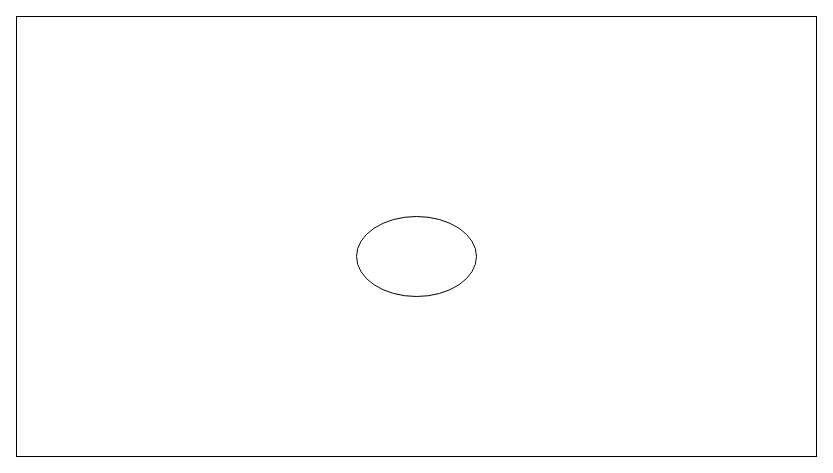
This is papers/Autism Full paper/Untitled Diagram.drawio from Giriiri-g/Project-HAR, a draw.io file, before an edit. Source tidied: cells renumbered, new cells numbered last; positions are measured from the earlier drawing's top-left corner, leaving out a move shared by most shapes. Both pictures are drawn from the tidied source at 100%, with x=0, y=0 at pixel (16, 16).
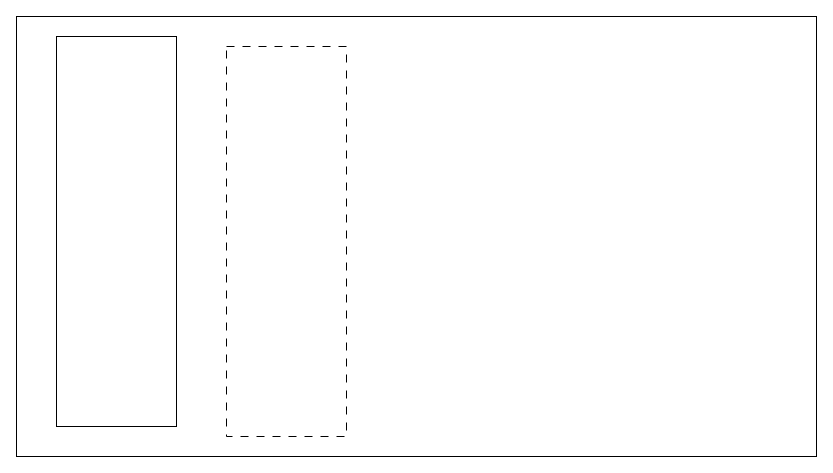
The same page after the edit.

What changed in the source:
```diff
@@
 <mxGraphModel>
   <root>
     <mxCell id="0" />
     <mxCell id="1" parent="0" />
     <mxCell id="2" style="rounded=0;whiteSpace=wrap;html=1;fillColor=default;" parent="1" vertex="1">
       <mxGeometry width="800" height="440" as="geometry" />
     </mxCell>
-    <mxCell id="3" style="ellipse;whiteSpace=wrap;html=1;" parent="1" vertex="1">
-      <mxGeometry x="340" y="200" width="120" height="80" as="geometry" />
-    </mxCell>
+    <mxCell id="4" style="rounded=0;whiteSpace=wrap;html=1;dashed=1;dashPattern=8 8;" parent="1" vertex="1">
+      <mxGeometry x="210" y="30" width="120" height="390" as="geometry" />
+    </mxCell>
+    <mxCell id="5" style="rounded=0;whiteSpace=wrap;html=1;" parent="1" vertex="1">
+      <mxGeometry x="40" y="20" width="120" height="390" as="geometry" />
+    </mxCell>
   </root>
 </mxGraphModel>
```
